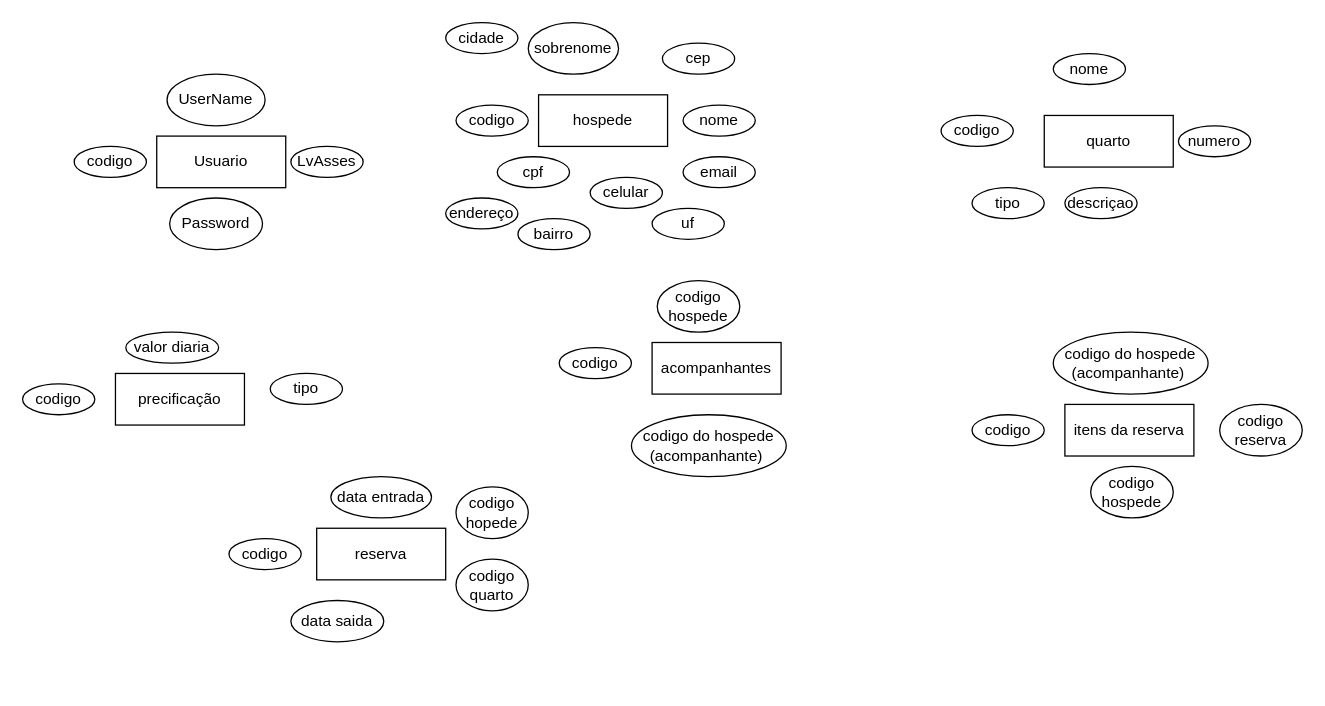
Earlier version of the draw.io diagram Diagrama sem nome.drawio (pedroabcbr/CSharp-Aprendizagem). Source tidied: cells renumbered, new cells numbered last; positions are measured from the earlier drawing's top-left corner, leaving out a move shared by most shapes. Both pictures are drawn from the tidied source at 129%, with x=0, y=0 at pixel (22, 22).
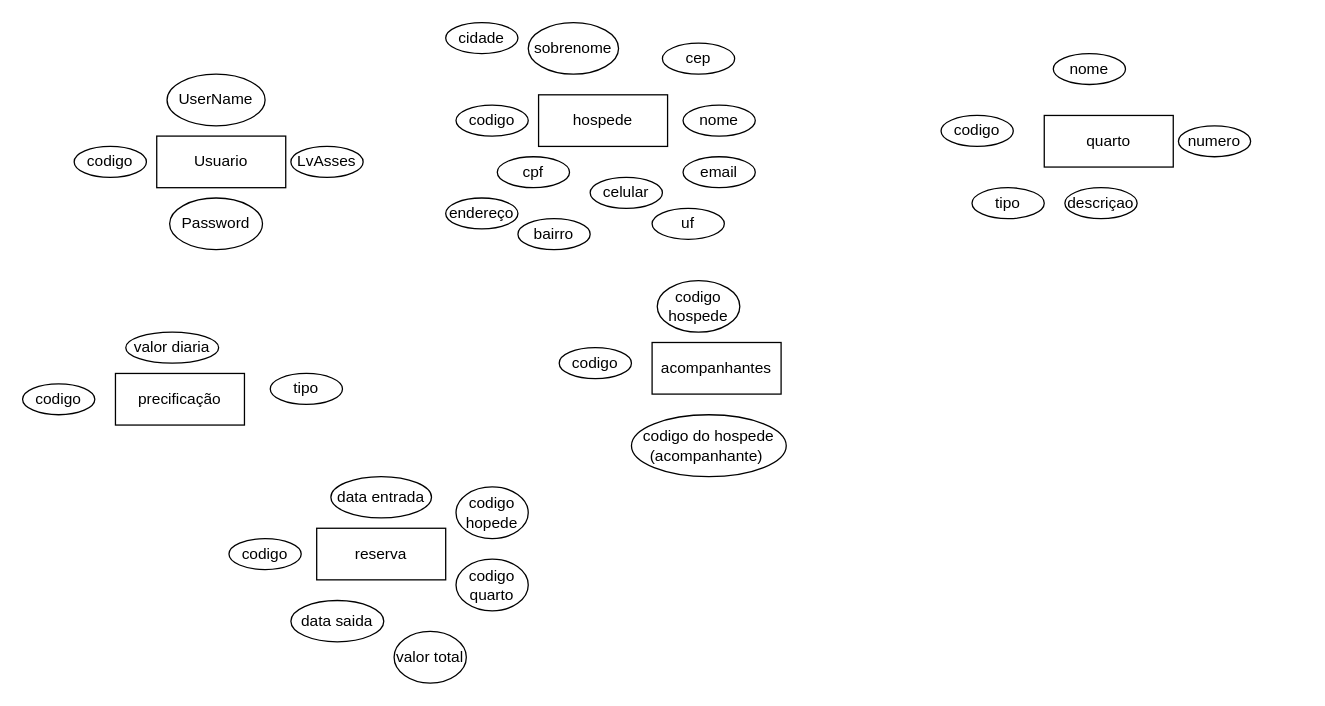
The same diagram, later.

What changed in the source:
```diff
@@
-    <mxCell id="36" value="itens da reserva" style="whiteSpace=wrap;html=1;align=center;" parent="1" vertex="1">
-      <mxGeometry x="808" y="296" width="100" height="40" as="geometry" />
-    </mxCell>
-    <mxCell id="37" value="codigo reserva" style="ellipse;whiteSpace=wrap;html=1;align=center;" parent="1" vertex="1">
-      <mxGeometry x="928" y="296" width="64" height="40" as="geometry" />
-    </mxCell>
-    <mxCell id="38" value="codigo" style="ellipse;whiteSpace=wrap;html=1;align=center;" parent="1" vertex="1">
-      <mxGeometry x="736" y="304" width="56" height="24" as="geometry" />
-    </mxCell>
-    <mxCell id="39" value="codigo do hospede&lt;div&gt;(acompanhante)&amp;nbsp;&lt;/div&gt;" style="ellipse;whiteSpace=wrap;html=1;align=center;" parent="1" vertex="1">
-      <mxGeometry x="799" y="240" width="120" height="48" as="geometry" />
-    </mxCell>
-    <mxCell id="40" value="codigo hospede" style="ellipse;whiteSpace=wrap;html=1;align=center;" parent="1" vertex="1">
-      <mxGeometry x="828" y="344" width="64" height="40" as="geometry" />
-    </mxCell>
@@
+    <mxCell id="45" value="valor total" style="ellipse;whiteSpace=wrap;html=1;align=center;" parent="1" vertex="1">
+      <mxGeometry x="288" y="472" width="56" height="40" as="geometry" />
+    </mxCell>
```
